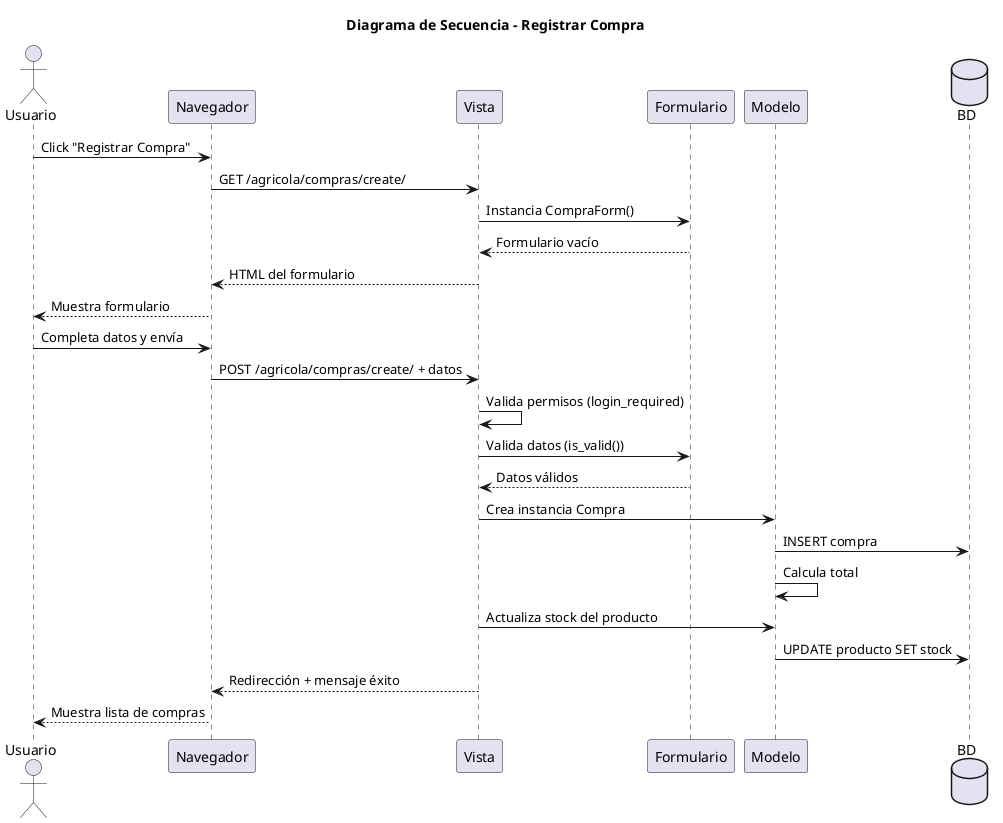
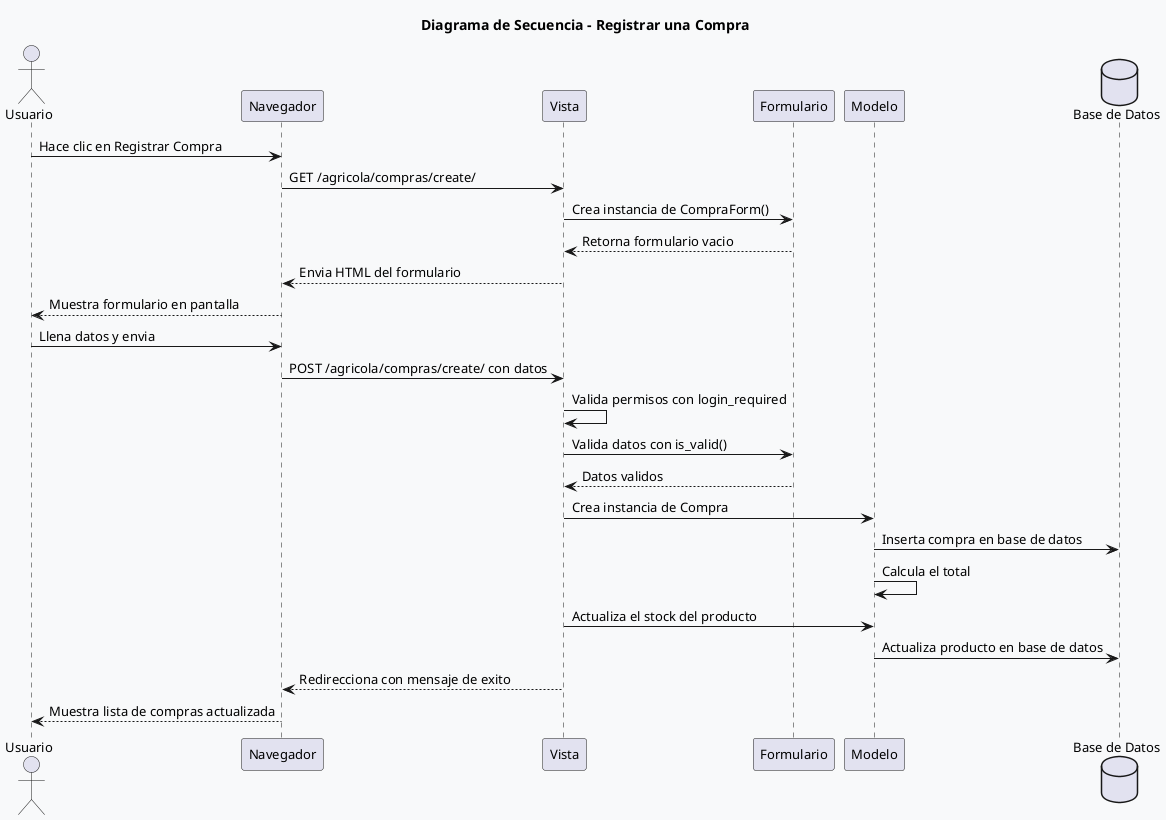
@startuml
- title Diagrama de Secuencia - Registrar Compra
+ title Diagrama de Secuencia - Registrar una Compra
+ skinparam defaultFontSize 13
+ skinparam backgroundColor #F8F9FA

actor "Usuario" as user
participant "Navegador" as browser
participant "Vista" as view
participant "Formulario" as form
participant "Modelo" as model
- database "BD" as db
+ database "Base de Datos" as db

- user -> browser: Click "Registrar Compra"
+ user -> browser: Hace clic en Registrar Compra
browser -> view: GET /agricola/compras/create/
- view -> form: Instancia CompraForm()
- form --> view: Formulario vacío
- view --> browser: HTML del formulario
- browser --> user: Muestra formulario
+ view -> form: Crea instancia de CompraForm()
+ form --> view: Retorna formulario vacio
+ view --> browser: Envia HTML del formulario
+ browser --> user: Muestra formulario en pantalla

- user -> browser: Completa datos y envía
- browser -> view: POST /agricola/compras/create/ + datos
- view -> view: Valida permisos (login_required)
- view -> form: Valida datos (is_valid())
- form --> view: Datos válidos
- view -> model: Crea instancia Compra
- model -> db: INSERT compra
- model -> model: Calcula total
- view -> model: Actualiza stock del producto
- model -> db: UPDATE producto SET stock
- view --> browser: Redirección + mensaje éxito
- browser --> user: Muestra lista de compras
+ user -> browser: Llena datos y envia
+ browser -> view: POST /agricola/compras/create/ con datos
+ view -> view: Valida permisos con login_required
+ view -> form: Valida datos con is_valid()
+ form --> view: Datos validos
+ view -> model: Crea instancia de Compra
+ model -> db: Inserta compra en base de datos
+ model -> model: Calcula el total
+ view -> model: Actualiza el stock del producto
+ model -> db: Actualiza producto en base de datos
+ view --> browser: Redirecciona con mensaje de exito
+ browser --> user: Muestra lista de compras actualizada

@enduml
